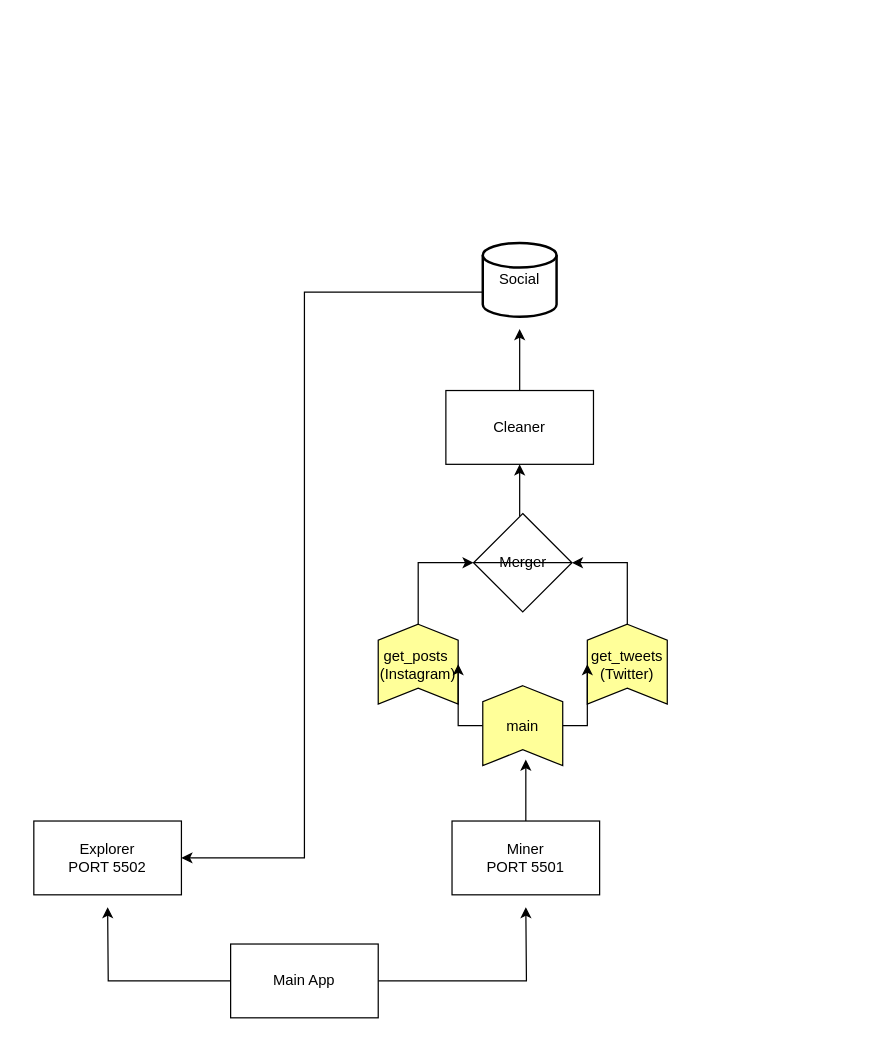
Earlier version of the draw.io diagram overviewer-fca.drawio (rennanharo/overviewer-serverless). Source tidied: cells renumbered, new cells numbered last; positions are measured from the earlier drawing's top-left corner, leaving out a move shared by most shapes. Both pictures are drawn from the tidied source at 123%, with x=0, y=0 at pixel (33, 242).
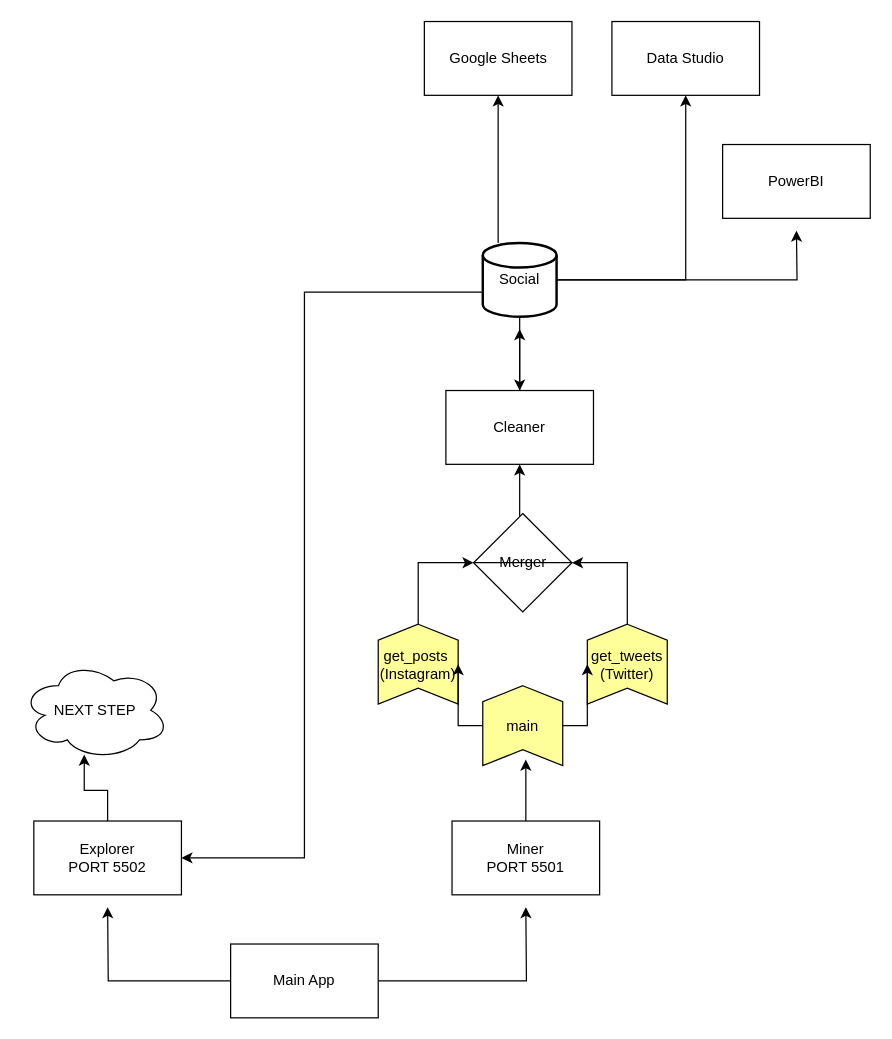
After the change.

Unchanged cells that the change refers to:
```xml
<mxCell id="7" value="Explorer&lt;br&gt;PORT 5502" style="rounded=0;whiteSpace=wrap;html=1;" parent="1" vertex="1">
  <mxGeometry y="470" width="120" height="60" as="geometry" />
</mxCell>
<mxCell id="13" value="Social" style="strokeWidth=2;html=1;shape=mxgraph.flowchart.database;whiteSpace=wrap;" parent="1" vertex="1">
  <mxGeometry x="365" width="60" height="60" as="geometry" />
</mxCell>
<mxCell id="18" value="Cleaner" style="rounded=0;whiteSpace=wrap;html=1;" parent="1" vertex="1">
  <mxGeometry x="335" y="120" width="120" height="60" as="geometry" />
</mxCell>
```

Diff of the diagram source:
```diff
@@
+    <mxCell id="21" style="edgeStyle=orthogonalEdgeStyle;rounded=0;jettySize=auto;html=1;entryX=0.425;entryY=0.95;entryDx=0;entryDy=0;entryPerimeter=0;" parent="1" edge="1" source="7" target="29">
+      <mxGeometry relative="1" as="geometry" />
+    </mxCell>
@@
+    <mxCell id="22" style="edgeStyle=orthogonalEdgeStyle;rounded=0;jettySize=auto;html=1;entryX=0.5;entryY=1;entryDx=0;entryDy=0;" parent="1" edge="1" source="13" target="28">
+      <mxGeometry relative="1" as="geometry">
+        <Array as="points">
+          <mxPoint x="378" y="-60" />
+        </Array>
+      </mxGeometry>
+    </mxCell>
+    <mxCell id="23" style="edgeStyle=orthogonalEdgeStyle;rounded=0;jettySize=auto;html=1;entryX=0.5;entryY=1;entryDx=0;entryDy=0;" parent="1" edge="1" source="13" target="27">
+      <mxGeometry relative="1" as="geometry" />
+    </mxCell>
+    <mxCell id="24" style="edgeStyle=orthogonalEdgeStyle;rounded=0;jettySize=auto;html=1;" parent="1" edge="1" source="13">
+      <mxGeometry relative="1" as="geometry">
+        <mxPoint x="620" y="-10" as="targetPoint" />
+      </mxGeometry>
+    </mxCell>
+    <mxCell id="25" style="edgeStyle=orthogonalEdgeStyle;rounded=0;jettySize=auto;html=1;" parent="1" edge="1" source="13" target="18">
+      <mxGeometry relative="1" as="geometry" />
+    </mxCell>
@@
+    <mxCell id="26" value="PowerBI" style="rounded=0;whiteSpace=wrap;html=1;" parent="1" vertex="1">
+      <mxGeometry x="560" y="-80" width="120" height="60" as="geometry" />
+    </mxCell>
+    <mxCell id="27" value="Data Studio" style="rounded=0;whiteSpace=wrap;html=1;" parent="1" vertex="1">
+      <mxGeometry x="470" y="-180" width="120" height="60" as="geometry" />
+    </mxCell>
+    <mxCell id="28" value="Google Sheets" style="rounded=0;whiteSpace=wrap;html=1;" parent="1" vertex="1">
+      <mxGeometry x="317.5" y="-180" width="120" height="60" as="geometry" />
+    </mxCell>
+    <mxCell id="29" value="NEXT STEP" style="ellipse;shape=cloud;whiteSpace=wrap;html=1;" parent="1" vertex="1">
+      <mxGeometry x="-10" y="340" width="120" height="80" as="geometry" />
+    </mxCell>
```
